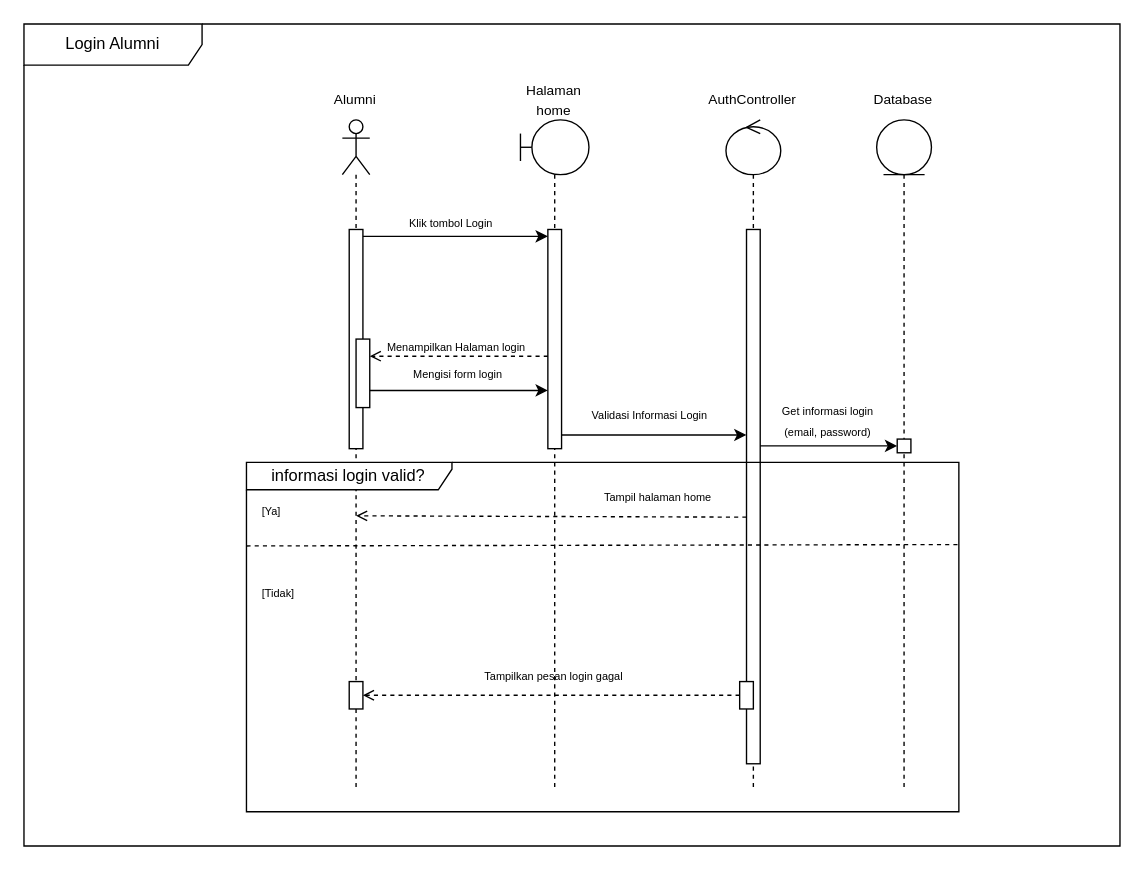
agungsaraswati/diagram_pbl5 keeps this draw.io diagram as page "Seq D. Login Alumni" (7 of 13) of PBL5.drawio. Above is the earlier version. Source tidied: cells renumbered, new cells numbered last; positions are measured from the earlier drawing's top-left corner, leaving out a move shared by most shapes. Both pictures are drawn from the tidied source at 137%, with x=0, y=0 at pixel (23, 23).
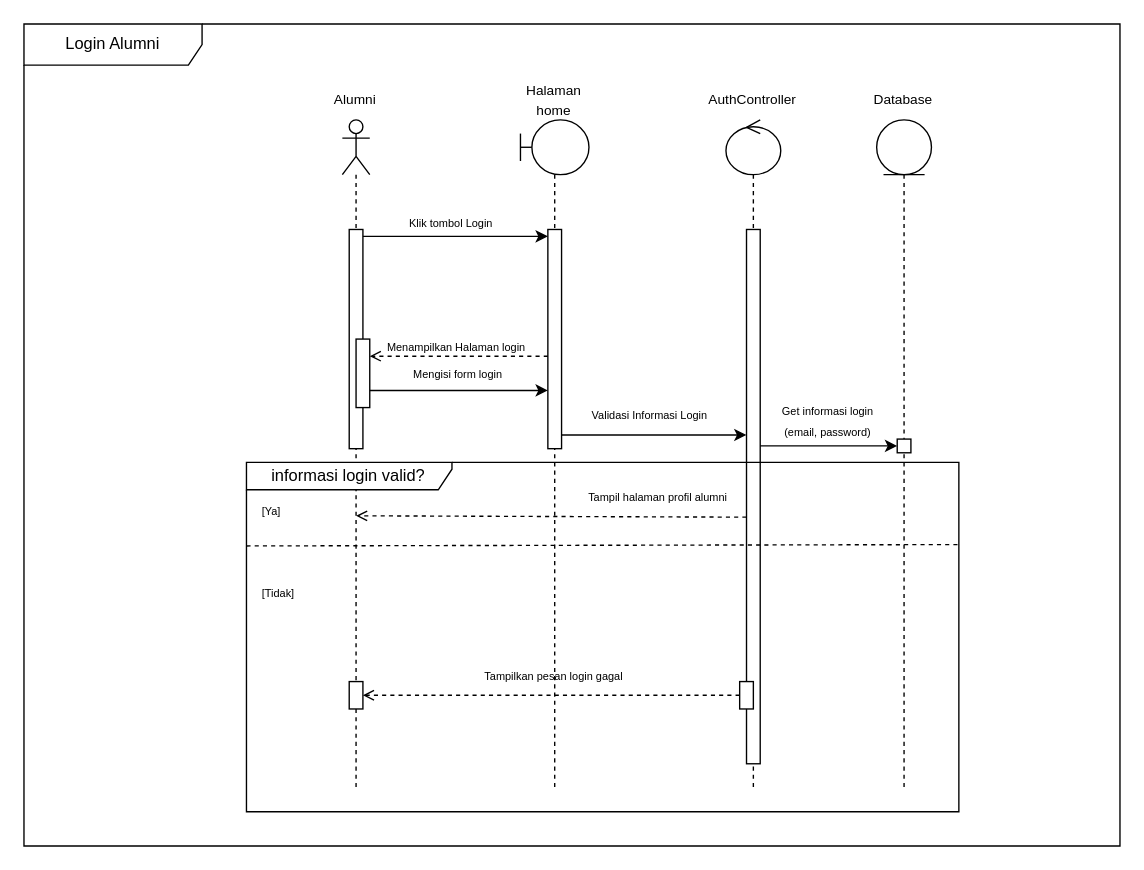
After the change.

The edit, as a diff of the source:
```diff
@@
-    <mxCell id="27" value="&lt;span style=&quot;font-size: 8px;&quot;&gt;Tampil halaman home&lt;/span&gt;" style="text;html=1;align=center;verticalAlign=middle;whiteSpace=wrap;rounded=0;" parent="1" vertex="1">
+    <mxCell id="27" value="&lt;span style=&quot;font-size: 8px;&quot;&gt;Tampil halaman profil alumni&lt;/span&gt;" style="text;html=1;align=center;verticalAlign=middle;whiteSpace=wrap;rounded=0;" parent="1" vertex="1">
       <mxGeometry x="398.4" y="330" width="130" height="30" as="geometry" />
     </mxCell>
```
